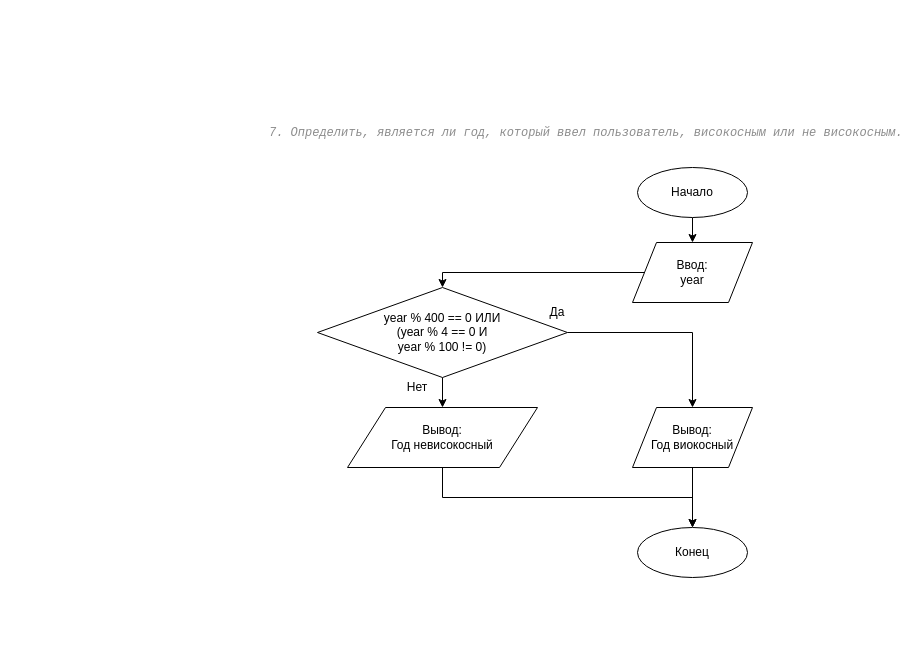
damkh/gb_py_alg_2020-07 keeps this draw.io diagram as page "task_7" (7 of 8) of les1/les_1.drawio. Above is the earlier version. Source tidied: cells renumbered, new cells numbered last; positions are measured from the earlier drawing's top-left corner, leaving out a move shared by most shapes. Both pictures are drawn from the tidied source at 100%, with x=0, y=0 at pixel (267, 107).
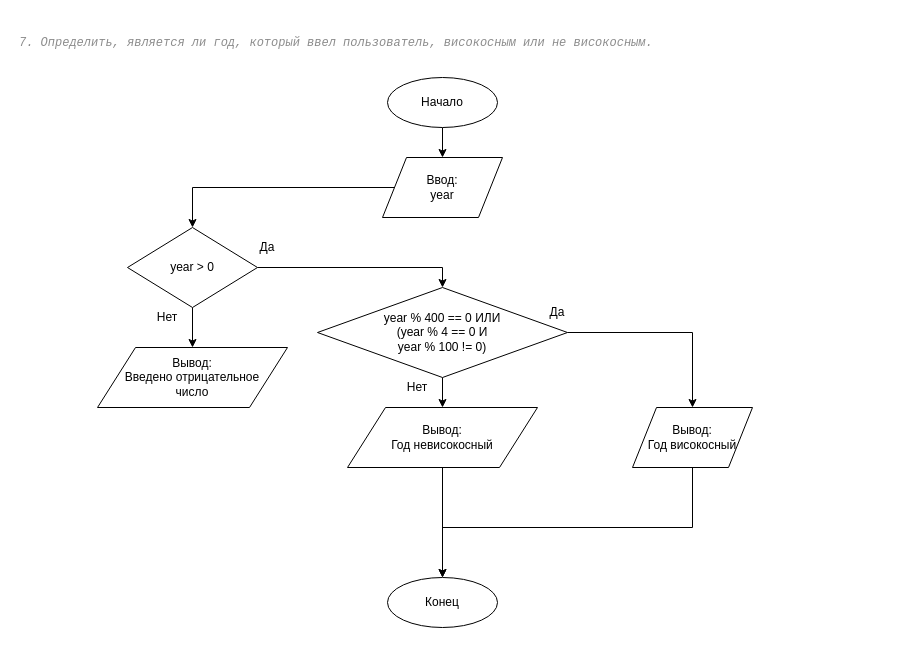
After the change.

Unchanged cells that the change refers to:
```xml
<mxCell id="11" value="&lt;div&gt;year % 400 == 0 ИЛИ&lt;/div&gt;&lt;div&gt;(year % 4 == 0 И &lt;br&gt;&lt;/div&gt;&lt;div&gt;year % 100 != 0)&lt;br&gt;&lt;/div&gt;" style="rhombus;whiteSpace=wrap;html=1;" parent="1" vertex="1">
  <mxGeometry x="50" y="180" width="250" height="90" as="geometry" />
</mxCell>
<mxCell id="15" value="&lt;div&gt;Вывод:&lt;/div&gt;Год невисокосный" style="shape=parallelogram;perimeter=parallelogramPerimeter;whiteSpace=wrap;html=1;" parent="1" vertex="1">
  <mxGeometry x="80" y="300" width="190" height="60" as="geometry" />
</mxCell>
```

The edit, as a diff of the source:
```diff
@@
-    <mxCell id="2" style="edgeStyle=orthogonalEdgeStyle;rounded=0;jettySize=auto;html=1;entryX=0.5;entryY=0;entryDx=0;entryDy=0;" parent="1" edge="1" source="3" target="5">
+    <mxCell id="2" style="edgeStyle=orthogonalEdgeStyle;rounded=0;jettySize=auto;html=1;entryX=0.5;entryY=0;entryDx=0;entryDy=0;exitX=0.5;exitY=1;exitDx=0;exitDy=0;" parent="1" edge="1" source="3" target="5">
       <mxGeometry relative="1" as="geometry" />
     </mxCell>
     <mxCell id="3" value="Начало" style="ellipse;whiteSpace=wrap;html=1;" parent="1" vertex="1">
-      <mxGeometry x="370" y="60" width="110" height="50" as="geometry" />
+      <mxGeometry x="120" y="-30" width="110" height="50" as="geometry" />
     </mxCell>
-    <mxCell id="4" style="edgeStyle=orthogonalEdgeStyle;rounded=0;jettySize=auto;html=1;entryX=0.5;entryY=0;entryDx=0;entryDy=0;" parent="1" edge="1" source="5" target="11">
-      <mxGeometry relative="1" as="geometry">
-        <Array as="points">
-          <mxPoint x="175" y="165" />
-        </Array>
-      </mxGeometry>
-    </mxCell>
+    <mxCell id="17" style="edgeStyle=orthogonalEdgeStyle;rounded=0;jettySize=auto;html=1;entryX=0.5;entryY=0;entryDx=0;entryDy=0;" parent="1" edge="1" source="5" target="20">
+      <mxGeometry relative="1" as="geometry" />
+    </mxCell>
     <mxCell id="5" value="&lt;div&gt;Ввод:&lt;/div&gt;&lt;div&gt;year&lt;br&gt;&lt;/div&gt;" style="shape=parallelogram;perimeter=parallelogramPerimeter;whiteSpace=wrap;html=1;" parent="1" vertex="1">
-      <mxGeometry x="365" y="135" width="120" height="60" as="geometry" />
+      <mxGeometry x="115" y="50" width="120" height="60" as="geometry" />
     </mxCell>
-    <mxCell id="6" style="edgeStyle=orthogonalEdgeStyle;rounded=0;jettySize=auto;html=1;entryX=0.5;entryY=0;entryDx=0;entryDy=0;" parent="1" edge="1" source="7" target="8">
-      <mxGeometry relative="1" as="geometry" />
+    <mxCell id="6" style="edgeStyle=orthogonalEdgeStyle;rounded=0;jettySize=auto;html=1;entryX=0.5;entryY=0;entryDx=0;entryDy=0;exitX=0.5;exitY=1;exitDx=0;exitDy=0;" parent="1" edge="1" source="7" target="8">
+      <mxGeometry relative="1" as="geometry">
+        <Array as="points">
+          <mxPoint x="425" y="420" />
+          <mxPoint x="175" y="420" />
+        </Array>
+      </mxGeometry>
     </mxCell>
-    <mxCell id="7" value="&lt;div&gt;Вывод:&lt;/div&gt;&lt;div&gt;Год виокосный&lt;br&gt;&lt;/div&gt;" style="shape=parallelogram;perimeter=parallelogramPerimeter;whiteSpace=wrap;html=1;" parent="1" vertex="1">
+    <mxCell id="7" value="&lt;div&gt;Вывод:&lt;/div&gt;&lt;div&gt;Год високосный&lt;br&gt;&lt;/div&gt;" style="shape=parallelogram;perimeter=parallelogramPerimeter;whiteSpace=wrap;html=1;" parent="1" vertex="1">
       <mxGeometry x="365" y="300" width="120" height="60" as="geometry" />
     </mxCell>
     <mxCell id="8" value="&lt;div&gt;Конец&lt;/div&gt;" style="ellipse;whiteSpace=wrap;html=1;" parent="1" vertex="1">
-      <mxGeometry x="370" y="420" width="110" height="50" as="geometry" />
+      <mxGeometry x="120" y="470" width="110" height="50" as="geometry" />
     </mxCell>
@@
     <mxCell id="14" style="edgeStyle=orthogonalEdgeStyle;rounded=0;jettySize=auto;html=1;entryX=0.5;entryY=0;entryDx=0;entryDy=0;" parent="1" edge="1" source="15" target="8">
       <mxGeometry relative="1" as="geometry">
         <Array as="points">
-          <mxPoint x="175" y="390" />
-          <mxPoint x="425" y="390" />
+          <mxPoint x="175" y="430" />
+          <mxPoint x="175" y="430" />
         </Array>
       </mxGeometry>
     </mxCell>
@@
     <mxCell id="16" value="&lt;pre style=&quot;background-color: #ffffff ; color: #080808 ; font-family: &amp;#34;jetbrains mono&amp;#34; , monospace ; font-size: 9 8pt&quot;&gt;&lt;span style=&quot;color: #8c8c8c ; font-style: italic&quot;&gt;7. Определить, является ли год, который ввел пользователь, високосным или не високосным.&lt;br&gt;&lt;/span&gt;&lt;/pre&gt;" style="text;whiteSpace=wrap;html=1;" parent="1" vertex="1">
-      <mxGeometry width="550" height="70" as="geometry" />
+      <mxGeometry x="-250" y="-90" width="550" height="70" as="geometry" />
     </mxCell>
+    <mxCell id="18" style="edgeStyle=orthogonalEdgeStyle;rounded=0;jettySize=auto;html=1;entryX=0.5;entryY=0;entryDx=0;entryDy=0;" parent="1" edge="1" source="20" target="11">
+      <mxGeometry relative="1" as="geometry" />
+    </mxCell>
+    <mxCell id="19" style="edgeStyle=orthogonalEdgeStyle;rounded=0;jettySize=auto;html=1;entryX=0.5;entryY=0;entryDx=0;entryDy=0;" parent="1" edge="1" source="20" target="23">
+      <mxGeometry relative="1" as="geometry" />
+    </mxCell>
+    <mxCell id="20" value="year &amp;gt; 0" style="rhombus;whiteSpace=wrap;html=1;" parent="1" vertex="1">
+      <mxGeometry x="-140" y="120" width="130" height="80" as="geometry" />
+    </mxCell>
+    <mxCell id="21" value="Да" style="text;html=1;strokeColor=none;fillColor=none;align=center;verticalAlign=middle;whiteSpace=wrap;rounded=0;" parent="1" vertex="1">
+      <mxGeometry x="-20" y="130" width="40" height="20" as="geometry" />
+    </mxCell>
+    <mxCell id="22" value="Нет" style="text;html=1;strokeColor=none;fillColor=none;align=center;verticalAlign=middle;whiteSpace=wrap;rounded=0;" parent="1" vertex="1">
+      <mxGeometry x="-120" y="200" width="40" height="20" as="geometry" />
+    </mxCell>
+    <mxCell id="23" value="&lt;div&gt;Вывод:&lt;/div&gt;&lt;div&gt;Введено отрицательное&lt;/div&gt;&lt;div&gt; число&lt;/div&gt;" style="shape=parallelogram;perimeter=parallelogramPerimeter;whiteSpace=wrap;html=1;" parent="1" vertex="1">
+      <mxGeometry x="-170" y="240" width="190" height="60" as="geometry" />
+    </mxCell>
```
